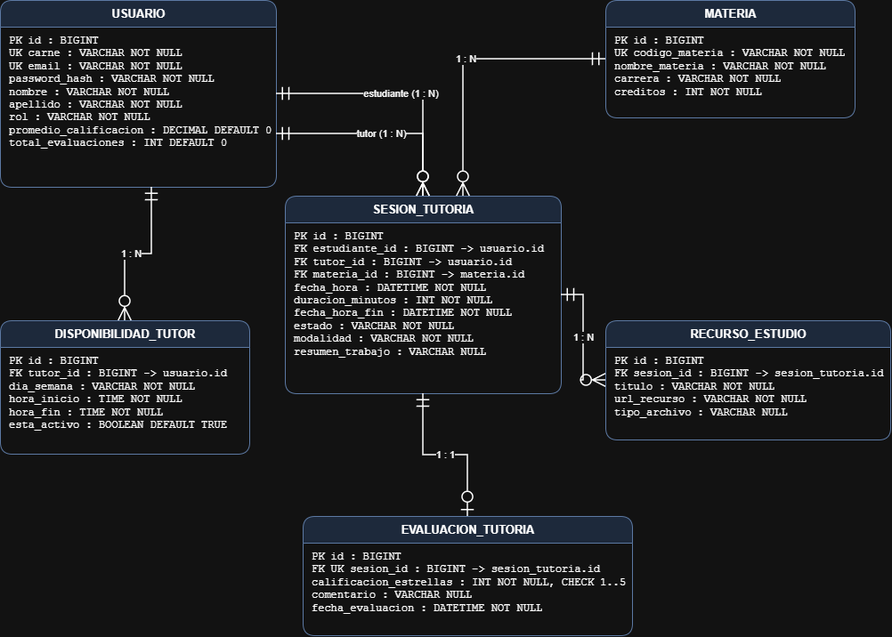
The draw.io diagram docs/diagrama-erd.drawio.png in BrayanME205/dsw4-JNODE-edumentor-backend, before a commit. Source tidied: cells renumbered, new cells last; positions are measured from the earlier drawing's top-left corner, leaving out a move shared by most shapes.
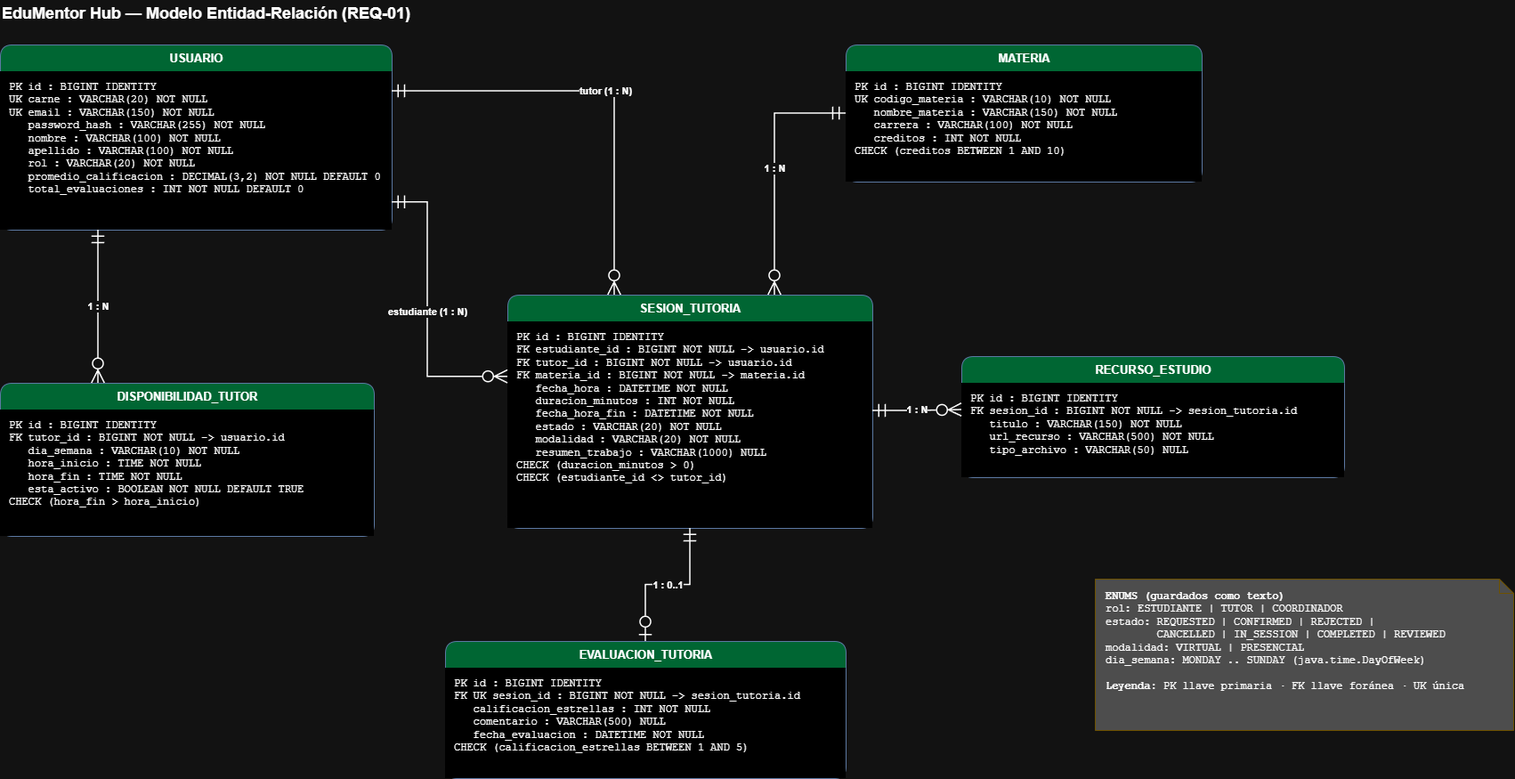
Above is the later version.

Commit message:
docs(REQ-01): agregar longitudes, NOT NULL, DEFAULT y CHECK al ERD

What changed in the source:
```diff
@@ -1,72 +1,70 @@
-<mxGraphModel>
+<mxGraphModel background="#ffffff">
   <root>
     <mxCell id="0" />
     <mxCell id="1" parent="0" />
+    <mxCell id="20" value="EduMentor Hub — Modelo Entidad-Relación (REQ-01)" style="text;html=1;fontSize=18;fontStyle=1;align=left;verticalAlign=middle;" parent="1" vertex="1">
+      <mxGeometry y="-40" width="600" height="30" as="geometry" />
+    </mxCell>
-    <mxCell id="2" value="USUARIO" style="swimlane;fontStyle=1;align=center;verticalAlign=middle;startSize=30;html=1;rounded=1;fillColor=#dae8fc;strokeColor=#6c8ebf;fontSize=13;" parent="1" vertex="1">
-      <mxGeometry width="310" height="210" as="geometry" />
+    <mxCell id="2" value="USUARIO" style="swimlane;fontStyle=1;align=center;verticalAlign=middle;startSize=30;html=1;rounded=1;fillColor=light-dark(#DAE8FC,#006633);strokeColor=#6c8ebf;fontSize=13;" parent="1" vertex="1">
+      <mxGeometry y="10" width="440" height="208" as="geometry" />
     </mxCell>
-    <mxCell id="3" value="PK id : BIGINT&lt;br&gt;UK carne : VARCHAR NOT NULL&lt;br&gt;UK email : VARCHAR NOT NULL&lt;br&gt;   password_hash : VARCHAR NOT NULL&lt;br&gt;   nombre : VARCHAR NOT NULL&lt;br&gt;   apellido : VARCHAR NOT NULL&lt;br&gt;   rol : VARCHAR NOT NULL&lt;br&gt;   promedio_calificacion : DECIMAL DEFAULT 0&lt;br&gt;   total_evaluaciones : INT DEFAULT 0" style="text;html=1;align=left;verticalAlign=top;spacingLeft=8;fontFamily=Courier New;fontSize=12;" parent="2" vertex="1">
-      <mxGeometry y="32" width="310" height="178" as="geometry" />
-    </mxCell>
+    <mxCell id="21" value="PK id : BIGINT IDENTITY&lt;br&gt;UK carne : VARCHAR(20) NOT NULL&lt;br&gt;UK email : VARCHAR(150) NOT NULL&lt;br&gt;&amp;nbsp;&amp;nbsp;&amp;nbsp;password_hash&amp;nbsp;:&amp;nbsp;VARCHAR(255)&amp;nbsp;NOT&amp;nbsp;NULL&lt;br&gt;&amp;nbsp;&amp;nbsp;&amp;nbsp;nombre&amp;nbsp;:&amp;nbsp;VARCHAR(100)&amp;nbsp;NOT&amp;nbsp;NULL&lt;br&gt;&amp;nbsp;&amp;nbsp;&amp;nbsp;apellido&amp;nbsp;:&amp;nbsp;VARCHAR(100)&amp;nbsp;NOT&amp;nbsp;NULL&lt;br&gt;&amp;nbsp;&amp;nbsp;&amp;nbsp;rol&amp;nbsp;:&amp;nbsp;VARCHAR(20)&amp;nbsp;NOT&amp;nbsp;NULL&lt;br&gt;&amp;nbsp;&amp;nbsp;&amp;nbsp;promedio_calificacion&amp;nbsp;:&amp;nbsp;DECIMAL(3,2)&amp;nbsp;NOT&amp;nbsp;NULL&amp;nbsp;DEFAULT&amp;nbsp;0&lt;br&gt;&amp;nbsp;&amp;nbsp;&amp;nbsp;total_evaluaciones&amp;nbsp;:&amp;nbsp;INT&amp;nbsp;NOT&amp;nbsp;NULL&amp;nbsp;DEFAULT&amp;nbsp;0" style="text;html=1;align=left;verticalAlign=top;spacingLeft=8;spacingTop=4;fontFamily=Courier New;fontSize=12;whiteSpace=nowrap;fillColor=light-dark(transparent,#000000);" parent="2" vertex="1">
+      <mxGeometry y="30" width="440" height="178" as="geometry" />
+    </mxCell>
-    <mxCell id="4" value="MATERIA" style="swimlane;fontStyle=1;align=center;verticalAlign=middle;startSize=30;html=1;rounded=1;fillColor=#dae8fc;strokeColor=#6c8ebf;fontSize=13;" parent="1" vertex="1">
-      <mxGeometry x="680" width="280" height="132" as="geometry" />
+    <mxCell id="4" value="MATERIA" style="swimlane;fontStyle=1;align=center;verticalAlign=middle;startSize=30;html=1;rounded=1;fillColor=light-dark(#DAE8FC,#006633);strokeColor=#6c8ebf;fontSize=13;" parent="1" vertex="1">
+      <mxGeometry x="950" y="10" width="400" height="154" as="geometry" />
     </mxCell>
-    <mxCell id="5" value="PK id : BIGINT&lt;br&gt;UK codigo_materia : VARCHAR NOT NULL&lt;br&gt;   nombre_materia : VARCHAR NOT NULL&lt;br&gt;   carrera : VARCHAR NOT NULL&lt;br&gt;   creditos : INT NOT NULL" style="text;html=1;align=left;verticalAlign=top;spacingLeft=8;fontFamily=Courier New;fontSize=12;" parent="4" vertex="1">
-      <mxGeometry y="32" width="280" height="102" as="geometry" />
-    </mxCell>
+    <mxCell id="22" value="PK id : BIGINT IDENTITY&lt;br&gt;UK codigo_materia : VARCHAR(10) NOT NULL&lt;br&gt;&amp;nbsp;&amp;nbsp;&amp;nbsp;nombre_materia&amp;nbsp;:&amp;nbsp;VARCHAR(150)&amp;nbsp;NOT&amp;nbsp;NULL&lt;br&gt;&amp;nbsp;&amp;nbsp;&amp;nbsp;carrera&amp;nbsp;:&amp;nbsp;VARCHAR(100)&amp;nbsp;NOT&amp;nbsp;NULL&lt;br&gt;&amp;nbsp;&amp;nbsp;&amp;nbsp;creditos&amp;nbsp;:&amp;nbsp;INT&amp;nbsp;NOT&amp;nbsp;NULL&lt;br&gt;CHECK (creditos BETWEEN 1 AND 10)" style="text;html=1;align=left;verticalAlign=top;spacingLeft=8;spacingTop=4;fontFamily=Courier New;fontSize=12;whiteSpace=nowrap;fillColor=light-dark(transparent,#000000);" parent="4" vertex="1">
+      <mxGeometry y="30" width="400" height="124" as="geometry" />
+    </mxCell>
-    <mxCell id="6" value="DISPONIBILIDAD_TUTOR" style="swimlane;fontStyle=1;align=center;verticalAlign=middle;startSize=30;html=1;rounded=1;fillColor=#dae8fc;strokeColor=#6c8ebf;fontSize=13;" parent="1" vertex="1">
-      <mxGeometry y="360" width="280" height="150" as="geometry" />
+    <mxCell id="6" value="DISPONIBILIDAD_TUTOR" style="swimlane;fontStyle=1;align=center;verticalAlign=middle;startSize=30;html=1;rounded=1;fillColor=light-dark(#DAE8FC,#006633);strokeColor=#6c8ebf;fontSize=13;" parent="1" vertex="1">
+      <mxGeometry y="390" width="420" height="172" as="geometry" />
     </mxCell>
-    <mxCell id="7" value="PK id : BIGINT&lt;br&gt;FK tutor_id : BIGINT -&gt; usuario.id&lt;br&gt;   dia_semana : VARCHAR NOT NULL&lt;br&gt;   hora_inicio : TIME NOT NULL&lt;br&gt;   hora_fin : TIME NOT NULL&lt;br&gt;   esta_activo : BOOLEAN DEFAULT TRUE" style="text;html=1;align=left;verticalAlign=top;spacingLeft=8;fontFamily=Courier New;fontSize=12;" parent="6" vertex="1">
-      <mxGeometry y="32" width="280" height="120" as="geometry" />
-    </mxCell>
+    <mxCell id="23" value="PK id : BIGINT IDENTITY&lt;br&gt;FK tutor_id : BIGINT NOT NULL -&amp;gt; usuario.id&lt;br&gt;&amp;nbsp;&amp;nbsp;&amp;nbsp;dia_semana&amp;nbsp;:&amp;nbsp;VARCHAR(10)&amp;nbsp;NOT&amp;nbsp;NULL&lt;br&gt;&amp;nbsp;&amp;nbsp;&amp;nbsp;hora_inicio&amp;nbsp;:&amp;nbsp;TIME&amp;nbsp;NOT&amp;nbsp;NULL&lt;br&gt;&amp;nbsp;&amp;nbsp;&amp;nbsp;hora_fin&amp;nbsp;:&amp;nbsp;TIME&amp;nbsp;NOT&amp;nbsp;NULL&lt;br&gt;&amp;nbsp;&amp;nbsp;&amp;nbsp;esta_activo&amp;nbsp;:&amp;nbsp;BOOLEAN&amp;nbsp;NOT&amp;nbsp;NULL&amp;nbsp;DEFAULT&amp;nbsp;TRUE&lt;br&gt;CHECK (hora_fin &amp;gt; hora_inicio)" style="text;html=1;align=left;verticalAlign=top;spacingLeft=8;spacingTop=4;fontFamily=Courier New;fontSize=12;whiteSpace=nowrap;fillColor=light-dark(transparent,#000000);" parent="6" vertex="1">
+      <mxGeometry y="30" width="420" height="142" as="geometry" />
+    </mxCell>
-    <mxCell id="8" value="SESION_TUTORIA" style="swimlane;fontStyle=1;align=center;verticalAlign=middle;startSize=30;html=1;rounded=1;fillColor=#dae8fc;strokeColor=#6c8ebf;fontSize=13;" parent="1" vertex="1">
-      <mxGeometry x="320" y="220" width="310" height="222" as="geometry" />
+    <mxCell id="8" value="SESION_TUTORIA" style="swimlane;fontStyle=1;align=center;verticalAlign=middle;startSize=30;html=1;rounded=1;fillColor=light-dark(#DAE8FC,#006633);strokeColor=#6c8ebf;fontSize=13;" parent="1" vertex="1">
+      <mxGeometry x="570" y="291" width="410" height="262" as="geometry" />
     </mxCell>
-    <mxCell id="9" value="PK id : BIGINT&lt;br&gt;FK estudiante_id : BIGINT -&gt; usuario.id&lt;br&gt;FK tutor_id : BIGINT -&gt; usuario.id&lt;br&gt;FK materia_id : BIGINT -&gt; materia.id&lt;br&gt;   fecha_hora : DATETIME NOT NULL&lt;br&gt;   duracion_minutos : INT NOT NULL&lt;br&gt;   fecha_hora_fin : DATETIME NOT NULL&lt;br&gt;   estado : VARCHAR NOT NULL&lt;br&gt;   modalidad : VARCHAR NOT NULL&lt;br&gt;   resumen_trabajo : VARCHAR NULL" style="text;html=1;align=left;verticalAlign=top;spacingLeft=8;fontFamily=Courier New;fontSize=12;" parent="8" vertex="1">
-      <mxGeometry y="32" width="280" height="192" as="geometry" />
-    </mxCell>
+    <mxCell id="24" value="PK id : BIGINT IDENTITY&lt;br&gt;FK estudiante_id : BIGINT NOT NULL -&amp;gt; usuario.id&lt;br&gt;FK tutor_id : BIGINT NOT NULL -&amp;gt; usuario.id&lt;br&gt;FK materia_id : BIGINT NOT NULL -&amp;gt; materia.id&lt;br&gt;&amp;nbsp;&amp;nbsp;&amp;nbsp;fecha_hora&amp;nbsp;:&amp;nbsp;DATETIME&amp;nbsp;NOT&amp;nbsp;NULL&lt;br&gt;&amp;nbsp;&amp;nbsp;&amp;nbsp;duracion_minutos&amp;nbsp;:&amp;nbsp;INT&amp;nbsp;NOT&amp;nbsp;NULL&lt;br&gt;&amp;nbsp;&amp;nbsp;&amp;nbsp;fecha_hora_fin&amp;nbsp;:&amp;nbsp;DATETIME&amp;nbsp;NOT&amp;nbsp;NULL&lt;br&gt;&amp;nbsp;&amp;nbsp;&amp;nbsp;estado&amp;nbsp;:&amp;nbsp;VARCHAR(20)&amp;nbsp;NOT&amp;nbsp;NULL&lt;br&gt;&amp;nbsp;&amp;nbsp;&amp;nbsp;modalidad&amp;nbsp;:&amp;nbsp;VARCHAR(20)&amp;nbsp;NOT&amp;nbsp;NULL&lt;br&gt;&amp;nbsp;&amp;nbsp;&amp;nbsp;resumen_trabajo&amp;nbsp;:&amp;nbsp;VARCHAR(1000)&amp;nbsp;NULL&lt;br&gt;CHECK (duracion_minutos &amp;gt; 0)&lt;br&gt;CHECK (estudiante_id &amp;lt;&amp;gt; tutor_id)" style="text;html=1;align=left;verticalAlign=top;spacingLeft=8;spacingTop=4;fontFamily=Courier New;fontSize=12;whiteSpace=nowrap;fillColor=light-dark(transparent,#000000);" parent="8" vertex="1">
+      <mxGeometry y="30" width="410" height="232" as="geometry" />
+    </mxCell>
-    <mxCell id="10" value="RECURSO_ESTUDIO" style="swimlane;fontStyle=1;align=center;verticalAlign=middle;startSize=30;html=1;rounded=1;fillColor=#dae8fc;strokeColor=#6c8ebf;fontSize=13;" parent="1" vertex="1">
-      <mxGeometry x="680" y="360" width="320" height="134" as="geometry" />
+    <mxCell id="10" value="RECURSO_ESTUDIO" style="swimlane;fontStyle=1;align=center;verticalAlign=middle;startSize=30;html=1;rounded=1;fillColor=light-dark(#DAE8FC,#006633);strokeColor=#6c8ebf;fontSize=13;" parent="1" vertex="1">
+      <mxGeometry x="1080" y="360" width="430" height="136" as="geometry" />
     </mxCell>
-    <mxCell id="11" value="PK id : BIGINT&lt;br&gt;FK sesion_id : BIGINT -&gt; sesion_tutoria.id&lt;br&gt;   titulo : VARCHAR NOT NULL&lt;br&gt;   url_recurso : VARCHAR NOT NULL&lt;br&gt;   tipo_archivo : VARCHAR NULL" style="text;html=1;align=left;verticalAlign=top;spacingLeft=8;fontFamily=Courier New;fontSize=12;" parent="10" vertex="1">
-      <mxGeometry y="32" width="320" height="102" as="geometry" />
-    </mxCell>
+    <mxCell id="25" value="PK id : BIGINT IDENTITY&lt;br&gt;FK sesion_id : BIGINT NOT NULL -&amp;gt; sesion_tutoria.id&lt;br&gt;&amp;nbsp;&amp;nbsp;&amp;nbsp;titulo&amp;nbsp;:&amp;nbsp;VARCHAR(150)&amp;nbsp;NOT&amp;nbsp;NULL&lt;br&gt;&amp;nbsp;&amp;nbsp;&amp;nbsp;url_recurso&amp;nbsp;:&amp;nbsp;VARCHAR(500)&amp;nbsp;NOT&amp;nbsp;NULL&lt;br&gt;&amp;nbsp;&amp;nbsp;&amp;nbsp;tipo_archivo&amp;nbsp;:&amp;nbsp;VARCHAR(50)&amp;nbsp;NULL" style="text;html=1;align=left;verticalAlign=top;spacingLeft=8;spacingTop=4;fontFamily=Courier New;fontSize=12;whiteSpace=nowrap;fillColor=light-dark(transparent,#000000);" parent="10" vertex="1">
+      <mxGeometry y="30" width="430" height="106" as="geometry" />
+    </mxCell>
-    <mxCell id="12" value="EVALUACION_TUTORIA" style="swimlane;fontStyle=1;align=center;verticalAlign=middle;startSize=30;html=1;rounded=1;fillColor=#dae8fc;strokeColor=#6c8ebf;fontSize=13;" parent="1" vertex="1">
-      <mxGeometry x="340" y="580" width="370" height="134" as="geometry" />
+    <mxCell id="12" value="EVALUACION_TUTORIA" style="swimlane;fontStyle=1;align=center;verticalAlign=middle;startSize=30;html=1;rounded=1;fillColor=light-dark(#DAE8FC,#006633);strokeColor=#6c8ebf;fontSize=13;" parent="1" vertex="1">
+      <mxGeometry x="500" y="680" width="450" height="154" as="geometry" />
     </mxCell>
-    <mxCell id="13" value="PK id : BIGINT&lt;br&gt;FK UK sesion_id : BIGINT -&gt; sesion_tutoria.id&lt;br&gt;   calificacion_estrellas : INT NOT NULL, CHECK 1..5&lt;br&gt;   comentario : VARCHAR NULL&lt;br&gt;   fecha_evaluacion : DATETIME NOT NULL" style="text;html=1;align=left;verticalAlign=top;spacingLeft=8;fontFamily=Courier New;fontSize=12;" parent="12" vertex="1">
-      <mxGeometry y="32" width="370" height="102" as="geometry" />
-    </mxCell>
+    <mxCell id="26" value="PK id : BIGINT IDENTITY&lt;br&gt;FK UK sesion_id : BIGINT NOT NULL -&amp;gt; sesion_tutoria.id&lt;br&gt;&amp;nbsp;&amp;nbsp;&amp;nbsp;calificacion_estrellas&amp;nbsp;:&amp;nbsp;INT&amp;nbsp;NOT&amp;nbsp;NULL&lt;br&gt;&amp;nbsp;&amp;nbsp;&amp;nbsp;comentario&amp;nbsp;:&amp;nbsp;VARCHAR(500)&amp;nbsp;NULL&lt;br&gt;&amp;nbsp;&amp;nbsp;&amp;nbsp;fecha_evaluacion&amp;nbsp;:&amp;nbsp;DATETIME&amp;nbsp;NOT&amp;nbsp;NULL&lt;br&gt;CHECK (calificacion_estrellas BETWEEN 1 AND 5)" style="text;html=1;align=left;verticalAlign=top;spacingLeft=8;spacingTop=4;fontFamily=Courier New;fontSize=12;whiteSpace=nowrap;fillColor=light-dark(transparent,#000000);" parent="12" vertex="1">
+      <mxGeometry y="30" width="450" height="124" as="geometry" />
+    </mxCell>
+    <mxCell id="27" value="&lt;b&gt;ENUMS (guardados como texto)&lt;/b&gt;&lt;br&gt;rol: ESTUDIANTE | TUTOR | COORDINADOR&lt;br&gt;estado: REQUESTED | CONFIRMED | REJECTED |&lt;br&gt;&amp;nbsp;&amp;nbsp;&amp;nbsp;&amp;nbsp;&amp;nbsp;&amp;nbsp;&amp;nbsp;&amp;nbsp;CANCELLED | IN_SESSION | COMPLETED | REVIEWED&lt;br&gt;modalidad: VIRTUAL | PRESENCIAL&lt;br&gt;dia_semana: MONDAY .. SUNDAY (java.time.DayOfWeek)&lt;br&gt;&lt;br&gt;&lt;b&gt;Leyenda:&lt;/b&gt; PK llave primaria · FK llave foránea · UK única" style="shape=note;whiteSpace=nowrap;html=1;backgroundOutline=1;size=16;align=left;verticalAlign=top;spacingLeft=10;spacingTop=6;fontFamily=Courier New;fontSize=12;fillColor=light-dark(#FFF2CC,#4D4D4D);strokeColor=#d6b656;" parent="1" vertex="1">
+      <mxGeometry x="1230" y="610" width="470" height="170" as="geometry" />
+    </mxCell>
-    <mxCell id="14" value="1 : N" style="edgeStyle=orthogonalEdgeStyle;rounded=0;html=1;endArrow=ERzeroToMany;startArrow=ERmandOne;startFill=0;endFill=0;endSize=12;startSize=12;strokeWidth=1.5;labelBackgroundColor=#ffffff;" parent="1" edge="1" source="2" target="6">
-      <mxGeometry x="0.09" relative="1" as="geometry">
-        <Array as="points">
-          <mxPoint x="170" y="285" />
-          <mxPoint x="140" y="285" />
-        </Array>
-      </mxGeometry>
+    <mxCell id="14" value="1 : N" style="edgeStyle=orthogonalEdgeStyle;rounded=0;html=1;startArrow=ERmandOne;endArrow=ERzeroToMany;startFill=0;endFill=0;startSize=12;endSize=12;strokeWidth=1.5;labelBackgroundColor=#ffffff;fontStyle=1;exitX=0.25;exitY=1;exitDx=0;exitDy=0;entryX=0.2619047619047619;entryY=0;entryDx=0;entryDy=0;" parent="1" edge="1" source="2" target="6">
+      <mxGeometry relative="1" as="geometry" />
     </mxCell>
-    <mxCell id="15" value="estudiante (1 : N)" style="edgeStyle=orthogonalEdgeStyle;rounded=0;html=1;endArrow=ERzeroToMany;startArrow=ERmandOne;startFill=0;endFill=0;endSize=12;startSize=12;strokeWidth=1.5;labelBackgroundColor=#ffffff;" parent="1" edge="1" source="2" target="8">
-      <mxGeometry relative="1" as="geometry" />
+    <mxCell id="15" value="estudiante (1 : N)" style="edgeStyle=orthogonalEdgeStyle;rounded=0;html=1;startArrow=ERmandOne;endArrow=ERzeroToMany;startFill=0;endFill=0;startSize=12;endSize=12;strokeWidth=1.5;labelBackgroundColor=#ffffff;fontStyle=1;exitX=1;exitY=0.85;exitDx=0;exitDy=0;entryX=0;entryY=0.35;entryDx=0;entryDy=0;" parent="1" edge="1" source="2" target="8">
+      <mxGeometry relative="1" as="geometry">
+        <Array as="points">
+          <mxPoint x="480" y="187" />
+          <mxPoint x="480" y="382" />
+        </Array>
+      </mxGeometry>
     </mxCell>
-    <mxCell id="16" value="tutor (1 : N)" style="edgeStyle=orthogonalEdgeStyle;rounded=0;html=1;endArrow=ERzeroToMany;startArrow=ERmandOne;startFill=0;endFill=0;endSize=12;startSize=12;strokeWidth=1.5;labelBackgroundColor=#ffffff;" parent="1" edge="1" source="2" target="8">
-      <mxGeometry relative="1" as="geometry">
-        <Array as="points">
-          <mxPoint x="475" y="150" />
-        </Array>
-      </mxGeometry>
+    <mxCell id="16" value="tutor (1 : N)" style="edgeStyle=orthogonalEdgeStyle;rounded=0;html=1;startArrow=ERmandOne;endArrow=ERzeroToMany;startFill=0;endFill=0;startSize=12;endSize=12;strokeWidth=1.5;labelBackgroundColor=#ffffff;fontStyle=1;exitX=1;exitY=0.25;exitDx=0;exitDy=0;entryX=0.2926829268292683;entryY=0;entryDx=0;entryDy=0;" parent="1" edge="1" source="2" target="8">
+      <mxGeometry relative="1" as="geometry" />
     </mxCell>
-    <mxCell id="17" value="1 : N" style="edgeStyle=orthogonalEdgeStyle;rounded=0;html=1;endArrow=ERzeroToMany;startArrow=ERmandOne;startFill=0;endFill=0;endSize=12;startSize=12;strokeWidth=1.5;labelBackgroundColor=#ffffff;" parent="1" edge="1" source="4" target="8">
-      <mxGeometry relative="1" as="geometry">
-        <Array as="points">
-          <mxPoint x="520" y="66" />
-        </Array>
-      </mxGeometry>
+    <mxCell id="17" value="1 : N" style="edgeStyle=orthogonalEdgeStyle;rounded=0;html=1;startArrow=ERmandOne;endArrow=ERzeroToMany;startFill=0;endFill=0;startSize=12;endSize=12;strokeWidth=1.5;labelBackgroundColor=#ffffff;fontStyle=1;exitX=0;exitY=0.5;exitDx=0;exitDy=0;entryX=0.7317073170731707;entryY=0;entryDx=0;entryDy=0;" parent="1" edge="1" source="4" target="8">
+      <mxGeometry relative="1" as="geometry" />
     </mxCell>
-    <mxCell id="18" value="1 : N" style="edgeStyle=orthogonalEdgeStyle;rounded=0;html=1;endArrow=ERzeroToMany;startArrow=ERmandOne;startFill=0;endFill=0;endSize=12;startSize=12;strokeWidth=1.5;labelBackgroundColor=#ffffff;" parent="1" edge="1" source="8" target="10">
+    <mxCell id="18" value="1 : N" style="edgeStyle=orthogonalEdgeStyle;rounded=0;html=1;startArrow=ERmandOne;endArrow=ERzeroToMany;startFill=0;endFill=0;startSize=12;endSize=12;strokeWidth=1.5;labelBackgroundColor=#ffffff;fontStyle=1;exitX=1;exitY=0.4961832061068702;exitDx=0;exitDy=0;entryX=0;entryY=0.4411764705882353;entryDx=0;entryDy=0;" parent="1" edge="1" source="8" target="10">
       <mxGeometry relative="1" as="geometry" />
     </mxCell>
-    <mxCell id="19" value="1 : 1" style="edgeStyle=orthogonalEdgeStyle;rounded=0;html=1;endArrow=ERzeroToOne;startArrow=ERmandOne;startFill=0;endFill=0;endSize=12;startSize=12;strokeWidth=1.5;labelBackgroundColor=#ffffff;" parent="1" edge="1" source="8" target="12">
+    <mxCell id="19" value="1 : 0..1" style="edgeStyle=orthogonalEdgeStyle;rounded=0;html=1;startArrow=ERmandOne;endArrow=ERzeroToOne;startFill=0;endFill=0;startSize=12;endSize=12;strokeWidth=1.5;labelBackgroundColor=#ffffff;fontStyle=1;exitX=0.5;exitY=1;exitDx=0;exitDy=0;entryX=0.5;entryY=0;entryDx=0;entryDy=0;" parent="1" edge="1" source="8" target="12">
       <mxGeometry relative="1" as="geometry" />
     </mxCell>
   </root>
```
